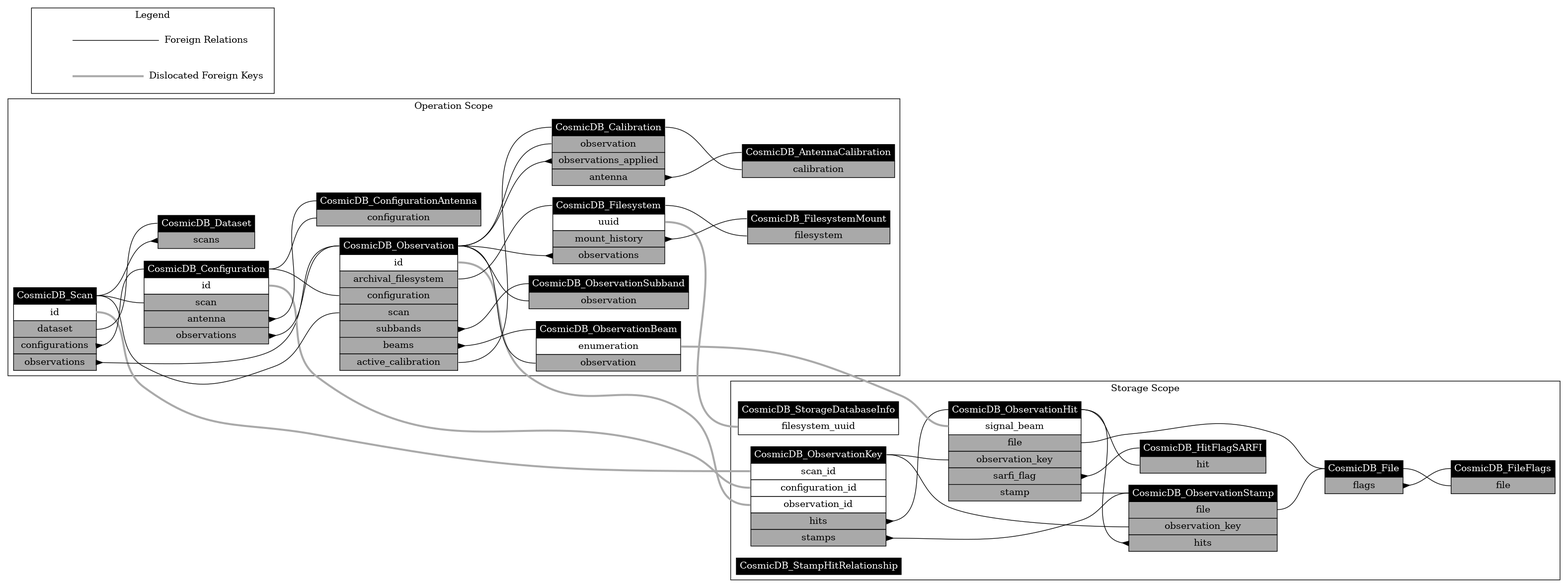
COSMIC-SETI/COSMIC-VLA-Database keeps this Graphviz diagram as docs/entity_relationships.png. Above is the earlier version. Its source is kept beside it as docs/entity_relationships.dot. The source it was exported from:
```dot
digraph CosmicDB {
layout=dot;
nodesep=0.25;
rankdir=LR;
ranksep=1;
CosmicDB_Scan:id:e -> CosmicDB_ObservationKey:scan_id:w  [arrowtail=none, color=darkgrey, dir=back, penwidth=3.0, weight=100];
CosmicDB_Configuration:id:e -> CosmicDB_ObservationKey:configuration_id:w  [arrowtail=none, color=darkgrey, dir=back, penwidth=3.0, weight=100];
CosmicDB_Observation:id:e -> CosmicDB_ObservationKey:observation_id:w  [arrowtail=none, color=darkgrey, dir=back, penwidth=3.0, weight=100];
CosmicDB_ObservationBeam:enumeration:e -> CosmicDB_ObservationHit:signal_beam:w  [arrowtail=none, color=darkgrey, dir=back, penwidth=3.0, weight=100];
CosmicDB_Filesystem:uuid:e -> CosmicDB_StorageDatabaseInfo:filesystem_uuid:w  [arrowtail=none, color=darkgrey, dir=back, penwidth=3.0, weight=100];
CosmicDB_Dataset:scans -> CosmicDB_Scan:class  [arrowtail=inv, dir=back];
CosmicDB_Scan:dataset -> CosmicDB_Dataset:class  [arrowtail=none, dir=back];
CosmicDB_Scan:configurations -> CosmicDB_Configuration:class  [arrowtail=inv, dir=back];
CosmicDB_Scan:observations -> CosmicDB_Observation:class  [arrowtail=inv, dir=back];
CosmicDB_Configuration:scan -> CosmicDB_Scan:class  [arrowtail=none, dir=back];
CosmicDB_Configuration:antenna -> CosmicDB_ConfigurationAntenna:class  [arrowtail=inv, dir=back];
CosmicDB_Configuration:observations -> CosmicDB_Observation:class  [arrowtail=inv, dir=back];
CosmicDB_ConfigurationAntenna:configuration -> CosmicDB_Configuration:class  [arrowtail=none, dir=back];
CosmicDB_Calibration:observation -> CosmicDB_Observation:class  [arrowtail=none, dir=back];
CosmicDB_Calibration:observations_applied -> CosmicDB_Observation:class  [arrowtail=inv, dir=back];
CosmicDB_Calibration:antenna -> CosmicDB_AntennaCalibration:class  [arrowtail=inv, dir=back];
CosmicDB_AntennaCalibration:calibration -> CosmicDB_Calibration:class  [arrowtail=none, dir=back];
CosmicDB_Observation:archival_filesystem -> CosmicDB_Filesystem:class  [arrowtail=none, dir=back];
CosmicDB_Observation:configuration -> CosmicDB_Configuration:class  [arrowtail=none, dir=back];
CosmicDB_Observation:scan -> CosmicDB_Scan:class  [arrowtail=none, dir=back];
CosmicDB_Observation:subbands -> CosmicDB_ObservationSubband:class  [arrowtail=inv, dir=back];
CosmicDB_Observation:beams -> CosmicDB_ObservationBeam:class  [arrowtail=inv, dir=back];
CosmicDB_Observation:active_calibration -> CosmicDB_Calibration:class  [arrowtail=none, dir=back];
CosmicDB_ObservationSubband:observation -> CosmicDB_Observation:class  [arrowtail=none, dir=back];
CosmicDB_ObservationBeam:observation -> CosmicDB_Observation:class  [arrowtail=none, dir=back];
CosmicDB_Filesystem:mount_history -> CosmicDB_FilesystemMount:class  [arrowtail=inv, dir=back];
CosmicDB_Filesystem:observations -> CosmicDB_Observation:class  [arrowtail=inv, dir=back];
CosmicDB_FilesystemMount:filesystem -> CosmicDB_Filesystem:class  [arrowtail=none, dir=back];
CosmicDB_ObservationKey:hits -> CosmicDB_ObservationHit:class  [arrowtail=inv, dir=back];
CosmicDB_ObservationKey:stamps -> CosmicDB_ObservationStamp:class  [arrowtail=inv, dir=back];
CosmicDB_File:flags -> CosmicDB_FileFlags:class  [arrowtail=inv, dir=back];
CosmicDB_FileFlags:file -> CosmicDB_File:class  [arrowtail=none, dir=back];
CosmicDB_ObservationStamp:file -> CosmicDB_File:class  [arrowtail=none, dir=back];
CosmicDB_ObservationStamp:observation_key -> CosmicDB_ObservationKey:class  [arrowtail=none, dir=back];
CosmicDB_ObservationStamp:hits -> CosmicDB_ObservationHit:class  [arrowtail=inv, dir=back];
CosmicDB_ObservationHit:file -> CosmicDB_File:class  [arrowtail=none, dir=back];
CosmicDB_ObservationHit:observation_key -> CosmicDB_ObservationKey:class  [arrowtail=none, dir=back];
CosmicDB_ObservationHit:sarfi_flag -> CosmicDB_HitFlagSARFI:class  [arrowtail=inv, dir=back];
CosmicDB_ObservationHit:stamp -> CosmicDB_ObservationStamp:class  [arrowtail=none, dir=back];
CosmicDB_HitFlagSARFI:hit -> CosmicDB_ObservationHit:class  [arrowtail=none, dir=back];
subgraph Operation {
cluster=True;
label="Operation Scope";
CosmicDB_Scan [label=<<table border="0" cellborder="1" cellspacing="0" cellpadding="4">
	<tr><td bgcolor="black" port="class"><font color="white">CosmicDB_Scan</font></td></tr>
	<tr><td port="id">id</td></tr>
	<tr><td bgcolor="darkgrey" port="dataset">dataset</td></tr>
	<tr><td bgcolor="darkgrey" port="configurations">configurations</td></tr>
	<tr><td bgcolor="darkgrey" port="observations">observations</td></tr>
</table>>, shape=plain];
CosmicDB_Configuration [label=<<table border="0" cellborder="1" cellspacing="0" cellpadding="4">
	<tr><td bgcolor="black" port="class"><font color="white">CosmicDB_Configuration</font></td></tr>
	<tr><td port="id">id</td></tr>
	<tr><td bgcolor="darkgrey" port="scan">scan</td></tr>
	<tr><td bgcolor="darkgrey" port="antenna">antenna</td></tr>
	<tr><td bgcolor="darkgrey" port="observations">observations</td></tr>
</table>>, shape=plain];
CosmicDB_Observation [label=<<table border="0" cellborder="1" cellspacing="0" cellpadding="4">
	<tr><td bgcolor="black" port="class"><font color="white">CosmicDB_Observation</font></td></tr>
	<tr><td port="id">id</td></tr>
	<tr><td bgcolor="darkgrey" port="archival_filesystem">archival_filesystem</td></tr>
	<tr><td bgcolor="darkgrey" port="configuration">configuration</td></tr>
	<tr><td bgcolor="darkgrey" port="scan">scan</td></tr>
	<tr><td bgcolor="darkgrey" port="subbands">subbands</td></tr>
	<tr><td bgcolor="darkgrey" port="beams">beams</td></tr>
	<tr><td bgcolor="darkgrey" port="active_calibration">active_calibration</td></tr>
</table>>, shape=plain];
CosmicDB_ObservationBeam [label=<<table border="0" cellborder="1" cellspacing="0" cellpadding="4">
	<tr><td bgcolor="black" port="class"><font color="white">CosmicDB_ObservationBeam</font></td></tr>
	<tr><td port="enumeration">enumeration</td></tr>
	<tr><td bgcolor="darkgrey" port="observation">observation</td></tr>
</table>>, shape=plain];
CosmicDB_Filesystem [label=<<table border="0" cellborder="1" cellspacing="0" cellpadding="4">
	<tr><td bgcolor="black" port="class"><font color="white">CosmicDB_Filesystem</font></td></tr>
	<tr><td port="uuid">uuid</td></tr>
	<tr><td bgcolor="darkgrey" port="mount_history">mount_history</td></tr>
	<tr><td bgcolor="darkgrey" port="observations">observations</td></tr>
</table>>, shape=plain];
CosmicDB_Dataset [label=<<table border="0" cellborder="1" cellspacing="0" cellpadding="4">
	<tr><td bgcolor="black" port="class"><font color="white">CosmicDB_Dataset</font></td></tr>
	<tr><td bgcolor="darkgrey" port="scans">scans</td></tr>
</table>>, shape=plain];
CosmicDB_ConfigurationAntenna [label=<<table border="0" cellborder="1" cellspacing="0" cellpadding="4">
	<tr><td bgcolor="black" port="class"><font color="white">CosmicDB_ConfigurationAntenna</font></td></tr>
	<tr><td bgcolor="darkgrey" port="configuration">configuration</td></tr>
</table>>, shape=plain];
CosmicDB_Calibration [label=<<table border="0" cellborder="1" cellspacing="0" cellpadding="4">
	<tr><td bgcolor="black" port="class"><font color="white">CosmicDB_Calibration</font></td></tr>
	<tr><td bgcolor="darkgrey" port="observation">observation</td></tr>
	<tr><td bgcolor="darkgrey" port="observations_applied">observations_applied</td></tr>
	<tr><td bgcolor="darkgrey" port="antenna">antenna</td></tr>
</table>>, shape=plain];
CosmicDB_AntennaCalibration [label=<<table border="0" cellborder="1" cellspacing="0" cellpadding="4">
	<tr><td bgcolor="black" port="class"><font color="white">CosmicDB_AntennaCalibration</font></td></tr>
	<tr><td bgcolor="darkgrey" port="calibration">calibration</td></tr>
</table>>, shape=plain];
CosmicDB_ObservationSubband [label=<<table border="0" cellborder="1" cellspacing="0" cellpadding="4">
	<tr><td bgcolor="black" port="class"><font color="white">CosmicDB_ObservationSubband</font></td></tr>
	<tr><td bgcolor="darkgrey" port="observation">observation</td></tr>
</table>>, shape=plain];
CosmicDB_FilesystemMount [label=<<table border="0" cellborder="1" cellspacing="0" cellpadding="4">
	<tr><td bgcolor="black" port="class"><font color="white">CosmicDB_FilesystemMount</font></td></tr>
	<tr><td bgcolor="darkgrey" port="filesystem">filesystem</td></tr>
</table>>, shape=plain];
}

subgraph Storage {
cluster=True;
label="Storage Scope";
CosmicDB_ObservationKey [label=<<table border="0" cellborder="1" cellspacing="0" cellpadding="4">
	<tr><td bgcolor="black" port="class"><font color="white">CosmicDB_ObservationKey</font></td></tr>
	<tr><td port="scan_id">scan_id</td></tr>
	<tr><td port="configuration_id">configuration_id</td></tr>
	<tr><td port="observation_id">observation_id</td></tr>
	<tr><td bgcolor="darkgrey" port="hits">hits</td></tr>
	<tr><td bgcolor="darkgrey" port="stamps">stamps</td></tr>
</table>>, shape=plain];
CosmicDB_ObservationHit [label=<<table border="0" cellborder="1" cellspacing="0" cellpadding="4">
	<tr><td bgcolor="black" port="class"><font color="white">CosmicDB_ObservationHit</font></td></tr>
	<tr><td port="signal_beam">signal_beam</td></tr>
	<tr><td bgcolor="darkgrey" port="file">file</td></tr>
	<tr><td bgcolor="darkgrey" port="observation_key">observation_key</td></tr>
	<tr><td bgcolor="darkgrey" port="sarfi_flag">sarfi_flag</td></tr>
	<tr><td bgcolor="darkgrey" port="stamp">stamp</td></tr>
</table>>, shape=plain];
CosmicDB_StorageDatabaseInfo [label=<<table border="0" cellborder="1" cellspacing="0" cellpadding="4">
	<tr><td bgcolor="black" port="class"><font color="white">CosmicDB_StorageDatabaseInfo</font></td></tr>
	<tr><td port="filesystem_uuid">filesystem_uuid</td></tr>
</table>>, shape=plain];
CosmicDB_File [label=<<table border="0" cellborder="1" cellspacing="0" cellpadding="4">
	<tr><td bgcolor="black" port="class"><font color="white">CosmicDB_File</font></td></tr>
	<tr><td bgcolor="darkgrey" port="flags">flags</td></tr>
</table>>, shape=plain];
CosmicDB_FileFlags [label=<<table border="0" cellborder="1" cellspacing="0" cellpadding="4">
	<tr><td bgcolor="black" port="class"><font color="white">CosmicDB_FileFlags</font></td></tr>
	<tr><td bgcolor="darkgrey" port="file">file</td></tr>
</table>>, shape=plain];
CosmicDB_ObservationStamp [label=<<table border="0" cellborder="1" cellspacing="0" cellpadding="4">
	<tr><td bgcolor="black" port="class"><font color="white">CosmicDB_ObservationStamp</font></td></tr>
	<tr><td bgcolor="darkgrey" port="file">file</td></tr>
	<tr><td bgcolor="darkgrey" port="observation_key">observation_key</td></tr>
	<tr><td bgcolor="darkgrey" port="hits">hits</td></tr>
</table>>, shape=plain];
CosmicDB_HitFlagSARFI [label=<<table border="0" cellborder="1" cellspacing="0" cellpadding="4">
	<tr><td bgcolor="black" port="class"><font color="white">CosmicDB_HitFlagSARFI</font></td></tr>
	<tr><td bgcolor="darkgrey" port="hit">hit</td></tr>
</table>>, shape=plain];
CosmicDB_StampHitRelationship [label=<<table border="0" cellborder="1" cellspacing="0" cellpadding="4">
	<tr><td bgcolor="black" port="class"><font color="white">CosmicDB_StampHitRelationship</font></td></tr>
</table>>, shape=plain];
}

subgraph legend {
cluster=True;
label="Legend";
"Foreign Relations_0" [label="", shape=none];
"Foreign Relations_1" [label="Foreign Relations", shape=none];
"Foreign Relations_0" -> "Foreign Relations_1"  [arrowtail=none, color=black, dir=back];
"Dislocated Foreign Keys_0" [label="", shape=none];
"Dislocated Foreign Keys_1" [label="Dislocated Foreign Keys", shape=none];
"Dislocated Foreign Keys_0" -> "Dislocated Foreign Keys_1"  [arrowtail=none, color=darkgrey, dir=back, penwidth=3.0];
}

}
```
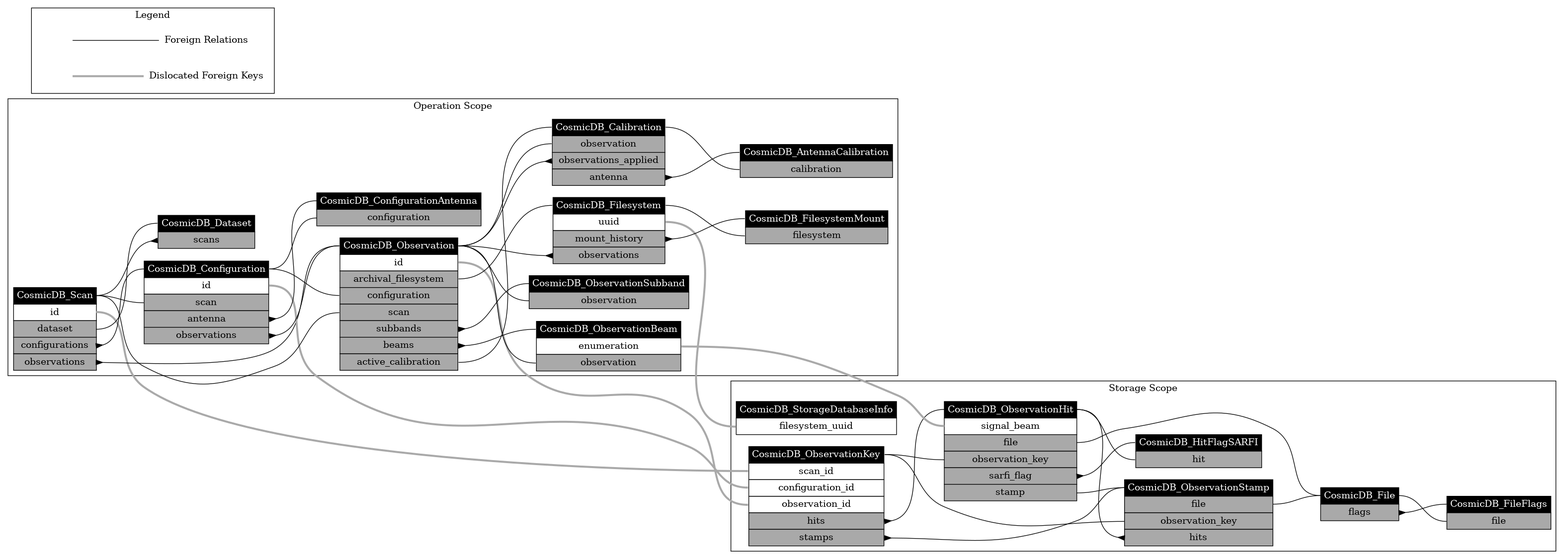
Later version of the same file.

Commit message:
~~ StampHitRelationship Hits.stamp_id already fills this role

Diff of the diagram source:
```diff
@@ -150,9 +150,6 @@
 	<tr><td bgcolor="black" port="class"><font color="white">CosmicDB_HitFlagSARFI</font></td></tr>
 	<tr><td bgcolor="darkgrey" port="hit">hit</td></tr>
 </table>>, shape=plain];
-CosmicDB_StampHitRelationship [label=<<table border="0" cellborder="1" cellspacing="0" cellpadding="4">
-	<tr><td bgcolor="black" port="class"><font color="white">CosmicDB_StampHitRelationship</font></td></tr>
-</table>>, shape=plain];
 }
 
 subgraph legend {
```
